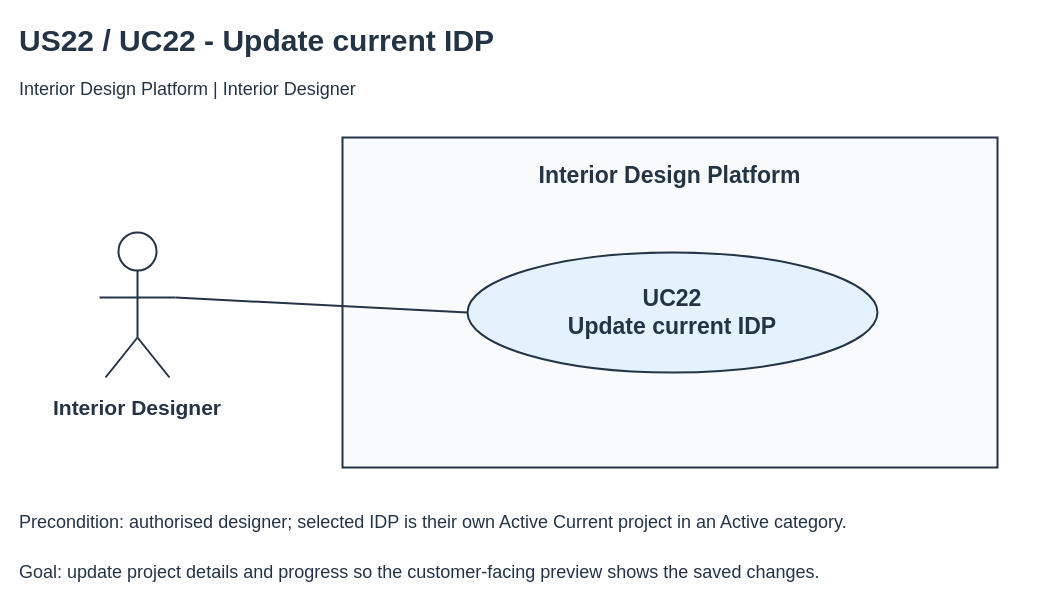
Above: page "2 Use Case Diagram" (1 of 7) of Sprint_3/US22 - Update Current IDP/US22 Update current IDP.drawio in Hanzxc/CSIT314-ARCHSS (draw.io), before the change. Source tidied: cells renumbered, new cells numbered last; positions are measured from the earlier drawing's top-left corner, leaving out a move shared by most shapes. Both pictures are drawn from the tidied source at 100%, with x=0, y=0 at pixel (17, 17).
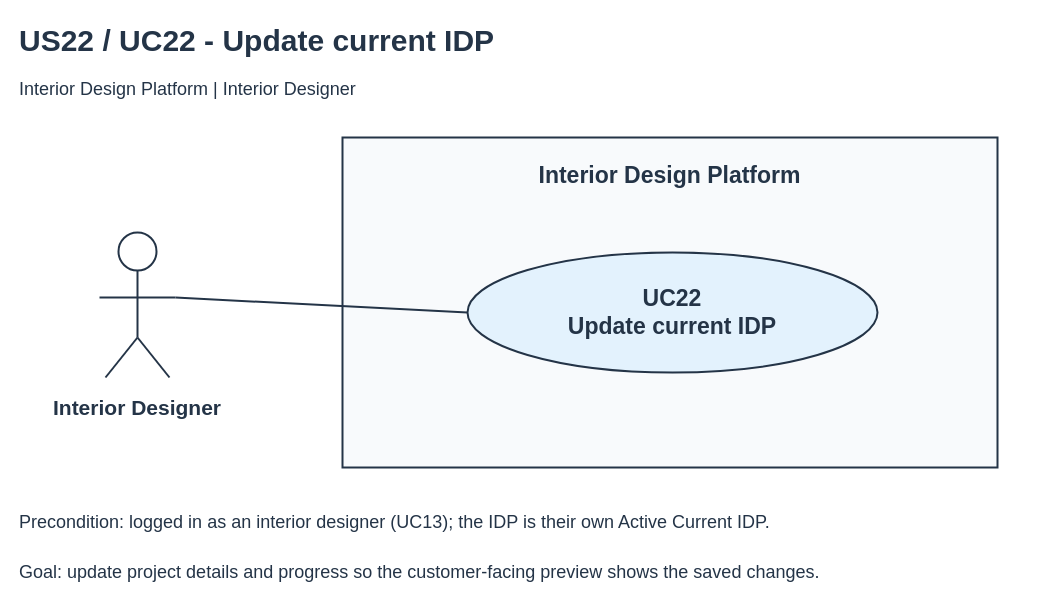
Above is the later version.

The edit, as a diff of the source:
```diff
@@
-    <mxCell id="15" value="Precondition: authorised designer; selected IDP is their own Active Current project in an Active category." style="text;html=0;align=left;verticalAlign=middle;whiteSpace=wrap;fontSize=18;fontStyle=0;fontColor=#243447;" parent="1" vertex="1">
+    <mxCell id="15" value="Precondition: logged in as an interior designer (UC13); the IDP is their own Active Current IDP." style="text;html=0;align=left;verticalAlign=middle;whiteSpace=wrap;fontSize=18;fontStyle=0;fontColor=#243447;" parent="1" vertex="1">
       <mxGeometry y="485" width="1020" height="40" as="geometry" />
     </mxCell>
```
